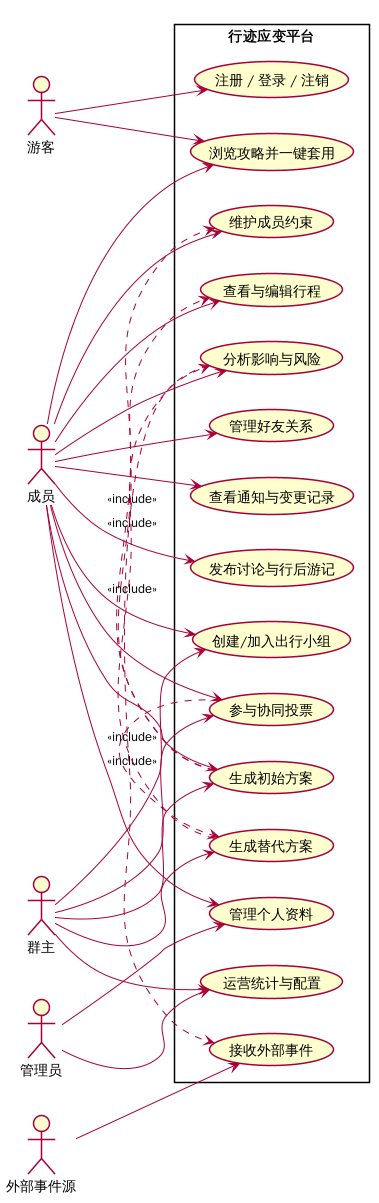
The PlantUML diagram docs/uml/用例图_角色.png in sy123567/-, before a commit. Its source is kept beside it as docs/uml/用例图_角色.puml.
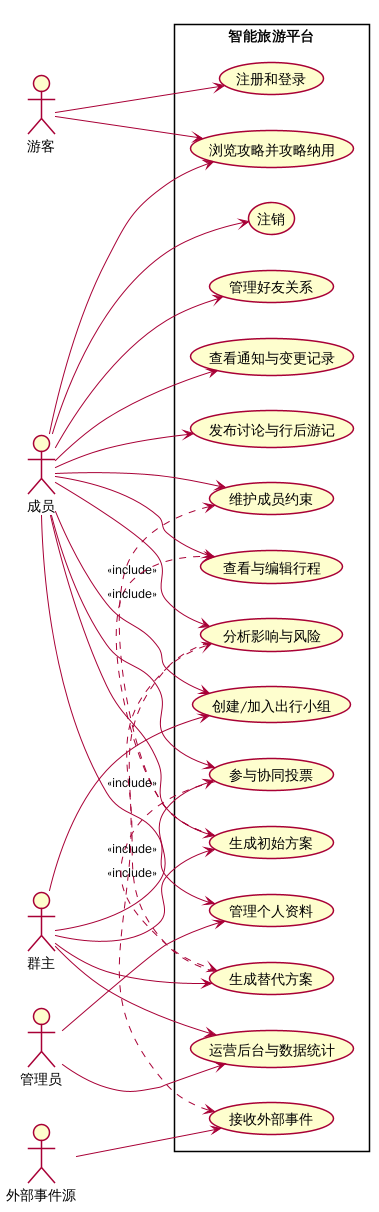
Above is the later version.

Change to the diagram source:
```diff
@@ -9,8 +9,9 @@
 actor 管理员 as admin
 actor "外部事件源" as source
 
-rectangle "行迹应变平台" {
-  usecase "注册 / 登录 / 注销" as auth
+rectangle "智能旅游平台" {
+  usecase "注册和登录" as auth
+  usecase "注销" as logout
   usecase "管理个人资料" as profile
   usecase "管理好友关系" as friends
   usecase "创建/加入出行小组" as groups
@@ -22,12 +23,13 @@
   usecase "生成替代方案" as replan
   usecase "参与协同投票" as vote
   usecase "查看通知与变更记录" as notices
-  usecase "浏览攻略并一键套用" as guides
+  usecase "浏览攻略并攻略纳用" as guides
   usecase "发布讨论与行后游记" as content
-  usecase "运营统计与配置" as operations
+  usecase "运营后台与数据统计" as operations
 }
 
 guest --> auth
+member --> logout
 guest --> guides
 member --> profile
 member --> friends
```
